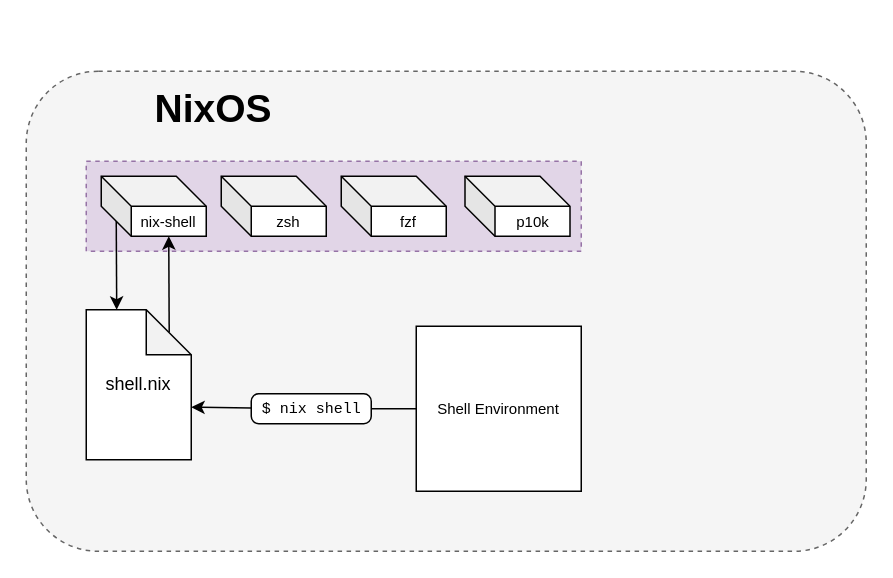
coder/blogs keeps this draw.io diagram as posts/coder-and-nix/static/nix_tooling.drawio. Above is the earlier version. Source tidied: cells renumbered, new cells numbered last; positions are measured from the earlier drawing's top-left corner, leaving out a move shared by most shapes. Both pictures are drawn from the tidied source at 150%, with x=0, y=0 at pixel (26, 70).
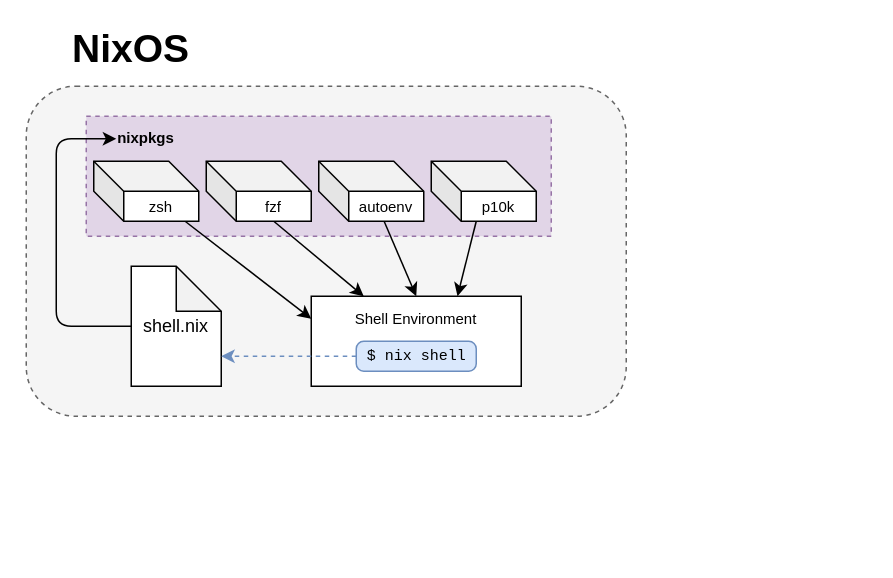
Above is the later version.

The edit, as a diff of the source:
```diff
@@
     <mxCell id="2" style="rounded=1;whiteSpace=wrap;html=1;dashed=1;fillColor=#f5f5f5;fontColor=#333333;strokeColor=#666666;" parent="1" vertex="1">
-      <mxGeometry width="560" height="320" as="geometry" />
+      <mxGeometry y="10" width="400" height="220" as="geometry" />
     </mxCell>
     <mxCell id="3" style="rounded=0;whiteSpace=wrap;html=1;fillColor=#e1d5e7;strokeColor=#9673a6;dashed=1;" parent="1" vertex="1">
-      <mxGeometry x="40" y="60" width="330" height="60" as="geometry" />
+      <mxGeometry x="40" y="30" width="310" height="80" as="geometry" />
     </mxCell>
     <mxCell id="4" value="NixOS" style="text;html=1;strokeColor=none;fillColor=none;align=center;verticalAlign=middle;whiteSpace=wrap;rounded=0;dashed=1;fontStyle=1;fontSize=26;" parent="1" vertex="1">
-      <mxGeometry x="95" y="10" width="60" height="30" as="geometry" />
+      <mxGeometry x="40" y="-30" width="60" height="30" as="geometry" />
     </mxCell>
-    <mxCell id="5" style="edgeStyle=none;html=1;entryX=0;entryY=0;entryDx=45;entryDy=40;entryPerimeter=0;fontSize=10;exitX=0.79;exitY=0.15;exitDx=0;exitDy=0;exitPerimeter=0;" parent="1" edge="1" source="6" target="8">
-      <mxGeometry relative="1" as="geometry" />
-    </mxCell>
+    <mxCell id="16" style="edgeStyle=none;html=1;entryX=0;entryY=0.5;entryDx=0;entryDy=0;fontFamily=Helvetica;fontSize=10;exitX=0;exitY=0.5;exitDx=0;exitDy=0;exitPerimeter=0;" parent="1" edge="1" source="6" target="20">
+      <mxGeometry relative="1" as="geometry">
+        <Array as="points">
+          <mxPoint x="20" y="170" />
+          <mxPoint x="20" y="45" />
+        </Array>
+      </mxGeometry>
+    </mxCell>
     <mxCell id="6" value="shell.nix" style="shape=note;whiteSpace=wrap;html=1;backgroundOutline=1;darkOpacity=0.05;rounded=1;fontSize=12;points=[[0,0,0,0,0],[0,0.24,0,0,0],[0,0.5,0,0,0],[0,0.75,0,0,0],[0,1,0,0,0],[0.29,0,0,0,0],[0.5,0,0,0,0],[0.5,1,0,0,0],[0.57,0,0,0,0],[0.79,0.15,0,0,0],[1,0.3,0,0,0],[1,0.48,0,0,0],[1,0.65,0,0,0],[1,0.81,0,0,0],[1,1,0,0,0]];" parent="1" vertex="1">
-      <mxGeometry x="40" y="159" width="70" height="100" as="geometry" />
+      <mxGeometry x="70" y="130" width="60" height="80" as="geometry" />
     </mxCell>
-    <mxCell id="7" style="edgeStyle=none;html=1;exitX=0;exitY=0;exitDx=10;exitDy=30;exitPerimeter=0;entryX=0.29;entryY=0;entryDx=0;entryDy=0;entryPerimeter=0;fontSize=10;" parent="1" edge="1" source="8" target="6">
-      <mxGeometry relative="1" as="geometry" />
-    </mxCell>
-    <mxCell id="8" value="nix-shell" style="shape=cube;whiteSpace=wrap;html=1;boundedLbl=1;backgroundOutline=1;darkOpacity=0.05;darkOpacity2=0.1;rounded=1;fontSize=10;" parent="1" vertex="1">
-      <mxGeometry x="50" y="70" width="70" height="40" as="geometry" />
-    </mxCell>
+    <mxCell id="17" style="edgeStyle=none;html=1;entryX=0;entryY=0.25;entryDx=0;entryDy=0;fontFamily=Helvetica;fontSize=10;" parent="1" edge="1" source="9" target="24">
+      <mxGeometry relative="1" as="geometry" />
+    </mxCell>
     <mxCell id="9" value="zsh" style="shape=cube;whiteSpace=wrap;html=1;boundedLbl=1;backgroundOutline=1;darkOpacity=0.05;darkOpacity2=0.1;rounded=1;fontSize=10;" parent="1" vertex="1">
-      <mxGeometry x="130" y="70" width="70" height="40" as="geometry" />
+      <mxGeometry x="45" y="60" width="70" height="40" as="geometry" />
     </mxCell>
+    <mxCell id="18" style="edgeStyle=none;html=1;exitX=0;exitY=0;exitDx=45;exitDy=40;exitPerimeter=0;fontFamily=Helvetica;fontSize=10;entryX=0.25;entryY=0;entryDx=0;entryDy=0;" parent="1" edge="1" source="10" target="24">
+      <mxGeometry relative="1" as="geometry" />
+    </mxCell>
     <mxCell id="10" value="fzf" style="shape=cube;whiteSpace=wrap;html=1;boundedLbl=1;backgroundOutline=1;darkOpacity=0.05;darkOpacity2=0.1;rounded=1;fontSize=10;" parent="1" vertex="1">
-      <mxGeometry x="210" y="70" width="70" height="40" as="geometry" />
+      <mxGeometry x="120" y="60" width="70" height="40" as="geometry" />
     </mxCell>
+    <mxCell id="19" style="edgeStyle=none;html=1;entryX=0.5;entryY=0;entryDx=0;entryDy=0;fontFamily=Helvetica;fontSize=10;" parent="1" edge="1" source="11" target="24">
+      <mxGeometry relative="1" as="geometry" />
+    </mxCell>
-    <mxCell id="11" value="p10k" style="shape=cube;whiteSpace=wrap;html=1;boundedLbl=1;backgroundOutline=1;darkOpacity=0.05;darkOpacity2=0.1;rounded=1;fontSize=10;" parent="1" vertex="1">
-      <mxGeometry x="292.5" y="70" width="70" height="40" as="geometry" />
+    <mxCell id="11" value="autoenv" style="shape=cube;whiteSpace=wrap;html=1;boundedLbl=1;backgroundOutline=1;darkOpacity=0.05;darkOpacity2=0.1;rounded=1;fontSize=10;" parent="1" vertex="1">
+      <mxGeometry x="195" y="60" width="70" height="40" as="geometry" />
     </mxCell>
-    <mxCell id="12" style="edgeStyle=none;html=1;entryX=1;entryY=0.65;entryDx=0;entryDy=0;fontSize=10;entryPerimeter=0;startArrow=none;" parent="1" edge="1" source="15" target="6">
-      <mxGeometry relative="1" as="geometry" />
-    </mxCell>
+    <mxCell id="20" value="&lt;font face=&quot;Helvetica&quot;&gt;&lt;b&gt;nixpkgs&lt;/b&gt;&lt;/font&gt;" style="text;html=1;strokeColor=none;fillColor=none;align=center;verticalAlign=middle;whiteSpace=wrap;rounded=0;fontFamily=Courier New;fontSize=10;" parent="1" vertex="1">
+      <mxGeometry x="60" y="30" width="40" height="30" as="geometry" />
+    </mxCell>
+    <mxCell id="21" style="edgeStyle=none;html=1;entryX=0.75;entryY=0;entryDx=0;entryDy=0;fontFamily=Helvetica;fontSize=10;" parent="1" edge="1" source="22" target="13">
+      <mxGeometry relative="1" as="geometry" />
+    </mxCell>
+    <mxCell id="22" value="p10k" style="shape=cube;whiteSpace=wrap;html=1;boundedLbl=1;backgroundOutline=1;darkOpacity=0.05;darkOpacity2=0.1;rounded=1;fontSize=10;" parent="1" vertex="1">
+      <mxGeometry x="270" y="60" width="70" height="40" as="geometry" />
+    </mxCell>
+    <mxCell id="23" style="group;" parent="1" vertex="1">
+      <mxGeometry x="190" y="150" width="140" height="60" as="geometry" />
+    </mxCell>
+    <mxCell id="24" style="rounded=0;whiteSpace=wrap;html=1;fontFamily=Helvetica;fontSize=10;" parent="23" vertex="1">
+      <mxGeometry width="140" height="60" as="geometry" />
+    </mxCell>
+    <mxCell id="15" value="$ nix shell" style="html=1;rounded=1;absoluteArcSize=1;arcSize=10;fontSize=10;fontFamily=Courier New;fillColor=#dae8fc;strokeColor=#6c8ebf;" parent="23" vertex="1">
+      <mxGeometry x="30" y="30" width="80" height="20" as="geometry" />
+    </mxCell>
-    <mxCell id="13" value="Shell Environment" style="whiteSpace=wrap;html=1;rounded=0;fontSize=10;" parent="1" vertex="1">
-      <mxGeometry x="260" y="170" width="110" height="110" as="geometry" />
+    <mxCell id="13" value="Shell Environment" style="text;html=1;strokeColor=none;fillColor=none;align=center;verticalAlign=middle;whiteSpace=wrap;rounded=0;fontFamily=Helvetica;fontSize=10;" parent="23" vertex="1">
+      <mxGeometry x="15" width="110" height="30" as="geometry" />
     </mxCell>
-    <mxCell id="14" style="edgeStyle=none;html=1;entryX=1;entryY=0.5;entryDx=0;entryDy=0;fontSize=10;endArrow=none;" parent="1" edge="1" source="13" target="15">
-      <mxGeometry relative="1" as="geometry" />
-    </mxCell>
-    <mxCell id="15" value="$ nix shell" style="html=1;rounded=1;absoluteArcSize=1;arcSize=10;fontSize=10;fontFamily=Courier New;" parent="1" vertex="1">
-      <mxGeometry x="150" y="215" width="80" height="20" as="geometry" />
-    </mxCell>
+    <mxCell id="25" style="edgeStyle=none;html=1;fontFamily=Helvetica;fontSize=10;dashed=1;fillColor=#dae8fc;strokeColor=#6c8ebf;" parent="1" edge="1" source="15">
+      <mxGeometry relative="1" as="geometry">
+        <mxPoint x="130" y="190" as="targetPoint" />
+      </mxGeometry>
+    </mxCell>
```
